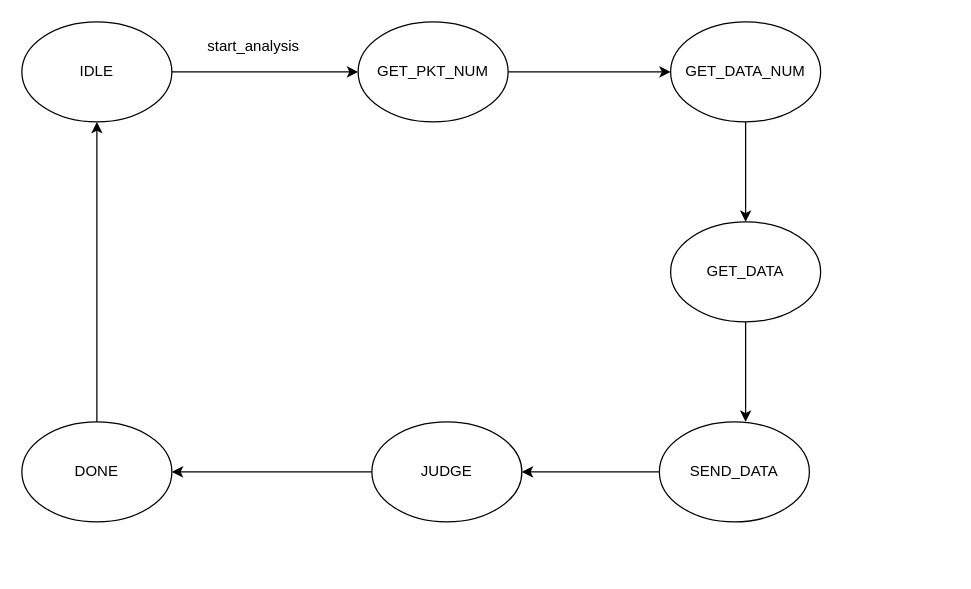
Before: page "序列整理模块" (20 of 20) of FPGA_output.drawio in muguang123/drwaio, a draw.io diagram. Source tidied: cells renumbered, new cells numbered last; positions are measured from the earlier drawing's top-left corner, leaving out a move shared by most shapes. Both pictures are drawn from the tidied source at 125%, with x=0, y=0 at pixel (21, 21).
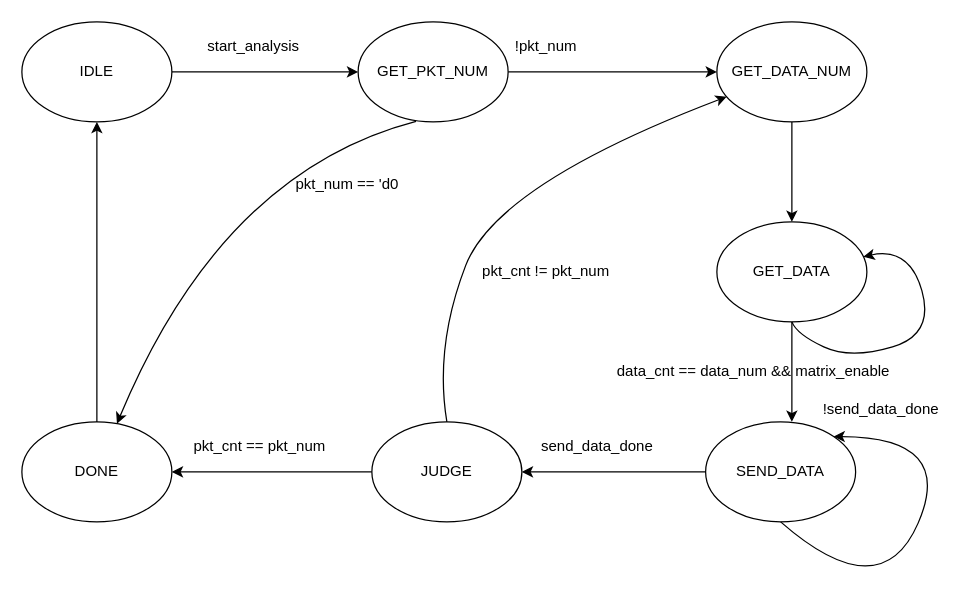
The same page after the edit.

Unchanged cells that the change refers to:
```xml
<mxCell id="5" value="GET_PKT_NUM" style="ellipse;whiteSpace=wrap;html=1;" parent="1" vertex="1">
  <mxGeometry x="269" width="120" height="80" as="geometry" />
</mxCell>
<mxCell id="11" value="JUDGE" style="ellipse;whiteSpace=wrap;html=1;" parent="1" vertex="1">
  <mxGeometry x="280" y="320" width="120" height="80" as="geometry" />
</mxCell>
<mxCell id="16" value="DONE" style="ellipse;whiteSpace=wrap;html=1;fillColor=none;" parent="1" vertex="1">
  <mxGeometry y="320" width="120" height="80" as="geometry" />
</mxCell>
```

What changed in the source:
```diff
@@
     <mxCell id="7" value="GET_DATA_NUM" style="ellipse;whiteSpace=wrap;html=1;" parent="1" vertex="1">
-      <mxGeometry x="519" width="120" height="80" as="geometry" />
+      <mxGeometry x="556" width="120" height="80" as="geometry" />
     </mxCell>
@@
     <mxCell id="9" value="SEND_DATA" style="ellipse;whiteSpace=wrap;html=1;" parent="1" vertex="1">
-      <mxGeometry x="510" y="320" width="120" height="80" as="geometry" />
+      <mxGeometry x="547" y="320" width="120" height="80" as="geometry" />
     </mxCell>
@@
     <mxCell id="13" value="GET_DATA" style="ellipse;whiteSpace=wrap;html=1;" parent="1" vertex="1">
-      <mxGeometry x="519" y="160" width="120" height="80" as="geometry" />
+      <mxGeometry x="556" y="160" width="120" height="80" as="geometry" />
     </mxCell>
@@
+    <mxCell id="17" style="curved=1;endArrow=classic;html=1;strokeWidth=1;exitX=0.386;exitY=0.994;exitDx=0;exitDy=0;exitPerimeter=0;" parent="1" edge="1" source="5" target="16">
+      <mxGeometry relative="1" as="geometry">
+        <Array as="points">
+          <mxPoint x="160" y="120" />
+        </Array>
+      </mxGeometry>
+    </mxCell>
+    <mxCell id="18" value="pkt_num == 'd0" style="text;html=1;align=center;verticalAlign=middle;" parent="1" vertex="1">
+      <mxGeometry x="210" y="120" width="100" height="20" as="geometry" />
+    </mxCell>
+    <mxCell id="19" value="!pkt_num" style="text;html=1;align=center;verticalAlign=middle;" parent="1" vertex="1">
+      <mxGeometry x="389" y="10" width="60" height="20" as="geometry" />
+    </mxCell>
+    <mxCell id="20" value="send_data_done" style="text;html=1;align=center;verticalAlign=middle;" parent="1" vertex="1">
+      <mxGeometry x="410" y="330" width="100" height="20" as="geometry" />
+    </mxCell>
+    <mxCell id="21" value="pkt_cnt == pkt_num" style="text;html=1;align=center;verticalAlign=middle;" parent="1" vertex="1">
+      <mxGeometry x="130" y="330" width="120" height="20" as="geometry" />
+    </mxCell>
+    <mxCell id="22" style="curved=1;endArrow=classic;html=1;strokeWidth=1;exitX=0.5;exitY=0;exitDx=0;exitDy=0;" parent="1" edge="1" source="11" target="7">
+      <mxGeometry relative="1" as="geometry">
+        <Array as="points">
+          <mxPoint x="330" y="260" />
+          <mxPoint x="380" y="130" />
+        </Array>
+      </mxGeometry>
+    </mxCell>
+    <mxCell id="23" value="pkt_cnt != pkt_num" style="text;html=1;align=center;verticalAlign=middle;" parent="1" vertex="1">
+      <mxGeometry x="359" y="190" width="120" height="20" as="geometry" />
+    </mxCell>
+    <mxCell id="24" style="curved=1;endArrow=classic;html=1;strokeWidth=1;exitX=0.5;exitY=1;exitDx=0;exitDy=0;entryX=1;entryY=0;entryDx=0;entryDy=0;" parent="1" edge="1" source="9" target="9">
+      <mxGeometry relative="1" as="geometry">
+        <Array as="points">
+          <mxPoint x="687" y="470" />
+          <mxPoint x="747" y="332" />
+        </Array>
+      </mxGeometry>
+    </mxCell>
+    <mxCell id="25" value="!send_data_done" style="text;html=1;align=center;verticalAlign=middle;" parent="1" vertex="1">
+      <mxGeometry x="632" y="300" width="110" height="20" as="geometry" />
+    </mxCell>
+    <mxCell id="26" value="data_cnt == data_num &amp;amp;&amp;amp; matrix_enable" style="text;html=1;align=center;verticalAlign=middle;" parent="1" vertex="1">
+      <mxGeometry x="470" y="270" width="230" height="20" as="geometry" />
+    </mxCell>
+    <mxCell id="27" style="curved=1;endArrow=classic;html=1;strokeWidth=1;exitX=0.5;exitY=1;exitDx=0;exitDy=0;" parent="1" edge="1" source="13" target="13">
+      <mxGeometry relative="1" as="geometry">
+        <Array as="points">
+          <mxPoint x="620" y="250" />
+          <mxPoint x="663" y="270" />
+          <mxPoint x="730" y="250" />
+          <mxPoint x="710" y="180" />
+        </Array>
+      </mxGeometry>
+    </mxCell>
```
